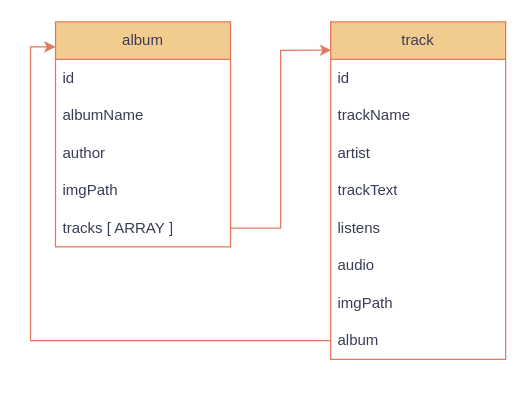
Earlier version of the draw.io diagram schema.drawio (Erhan1708/TuneVault-Server). Source tidied: cells renumbered, new cells numbered last; positions are measured from the earlier drawing's top-left corner, leaving out a move shared by most shapes. Both pictures are drawn from the tidied source at 125%, with x=0, y=0 at pixel (55, 21).
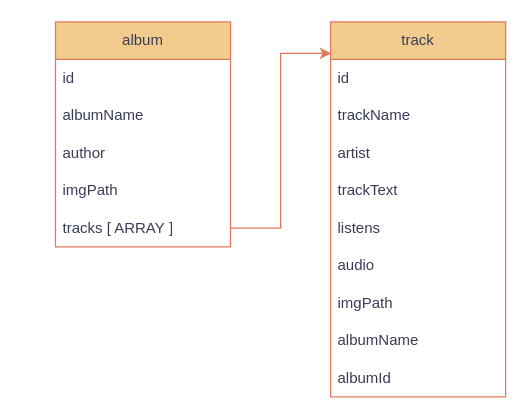
After the change.

The change refers to these unchanged cells:
```xml
<mxCell id="11" value="album" style="swimlane;fontStyle=0;horizontal=1;startSize=30;whiteSpace=wrap;html=1;strokeColor=#E07A5F;fontColor=#393C56;fillColor=#F2CC8F;" parent="1" vertex="1">
  <mxGeometry x="-0.1" width="140" height="180" as="geometry" />
</mxCell>
<mxCell id="16" value="tracks [ ARRAY&amp;nbsp;]" style="text;strokeColor=none;fillColor=none;align=left;verticalAlign=middle;spacingLeft=4;spacingRight=4;overflow=hidden;points=[[0,0.5],[1,0.5]];portConstraint=eastwest;whiteSpace=wrap;html=1;fontColor=#393C56;" parent="11" vertex="1">
  <mxGeometry y="150" width="140" height="30" as="geometry" />
</mxCell>
```

Diff of the diagram source:
```diff
@@
     <mxCell id="2" value="track" style="swimlane;fontStyle=0;horizontal=1;startSize=30;whiteSpace=wrap;html=1;strokeColor=#E07A5F;fontColor=#393C56;fillColor=#F2CC8F;" parent="1" vertex="1">
-      <mxGeometry x="220" width="140" height="270" as="geometry" />
+      <mxGeometry x="220" width="140" height="300" as="geometry" />
     </mxCell>
@@
-    <mxCell id="10" value="album" style="text;strokeColor=none;fillColor=none;align=left;verticalAlign=middle;spacingLeft=4;spacingRight=4;overflow=hidden;points=[[0,0.5],[1,0.5]];portConstraint=eastwest;whiteSpace=wrap;html=1;fontColor=#393C56;" parent="2" vertex="1">
+    <mxCell id="10" value="albumName" style="text;strokeColor=none;fillColor=none;align=left;verticalAlign=middle;spacingLeft=4;spacingRight=4;overflow=hidden;points=[[0,0.5],[1,0.5]];portConstraint=eastwest;whiteSpace=wrap;html=1;fontColor=#393C56;" parent="2" vertex="1">
       <mxGeometry y="240" width="140" height="30" as="geometry" />
     </mxCell>
+    <mxCell id="19" value="albumId" style="text;strokeColor=none;fillColor=none;align=left;verticalAlign=middle;spacingLeft=4;spacingRight=4;overflow=hidden;whiteSpace=wrap;html=1;fontColor=#393C56;" parent="2" vertex="1">
+      <mxGeometry y="270" width="140" height="30" as="geometry" />
+    </mxCell>
@@
-    <mxCell id="17" style="edgeStyle=orthogonalEdgeStyle;rounded=0;jettySize=auto;html=1;strokeColor=#E07A5F;fontColor=#393C56;fillColor=#F2CC8F;entryX=0;entryY=0.111;entryDx=0;entryDy=0;entryPerimeter=0;" parent="1" edge="1" source="10" target="11">
-      <mxGeometry relative="1" as="geometry" />
-    </mxCell>
     <mxCell id="18" style="edgeStyle=orthogonalEdgeStyle;rounded=0;jettySize=auto;html=1;entryX=0.003;entryY=0.084;entryDx=0;entryDy=0;entryPerimeter=0;strokeColor=#E07A5F;fontColor=#393C56;fillColor=#F2CC8F;" parent="1" edge="1" source="16" target="2">
-      <mxGeometry relative="1" as="geometry" />
+      <mxGeometry relative="1" as="geometry">
+        <Array as="points">
+          <mxPoint x="180" y="165" />
+          <mxPoint x="180" y="25" />
+        </Array>
+      </mxGeometry>
     </mxCell>
```
